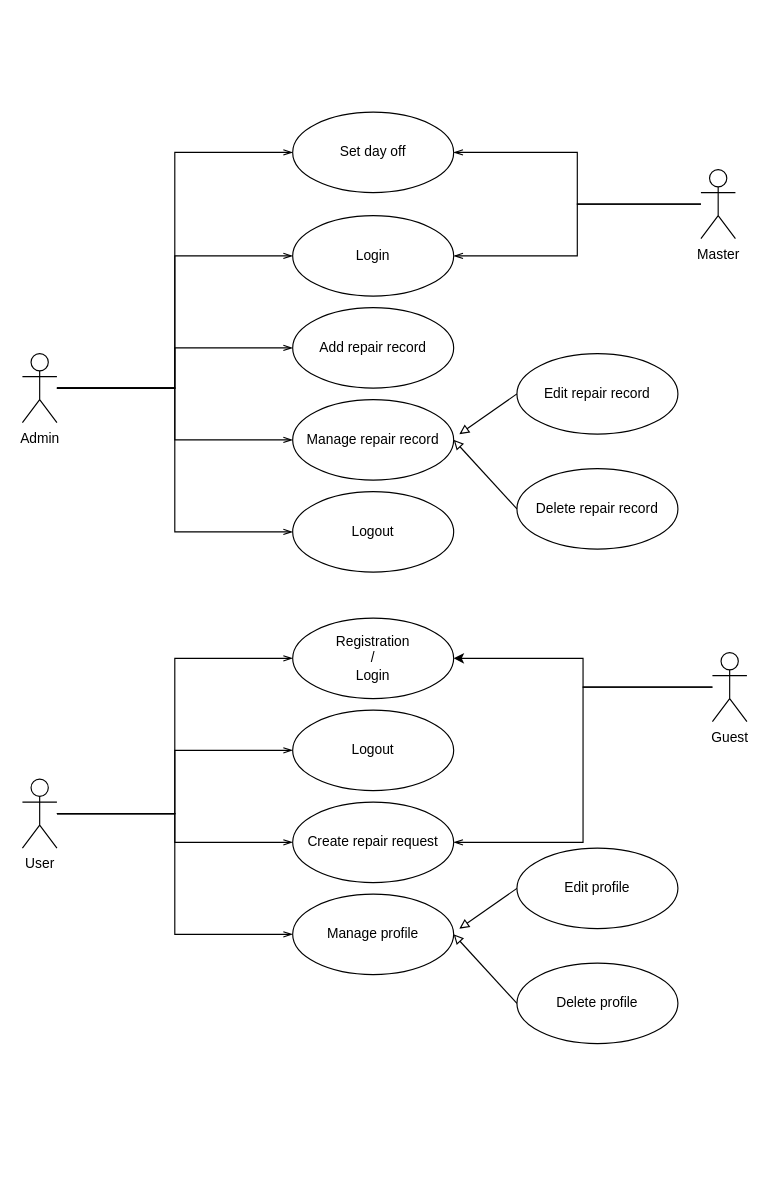
Before: Use case diagram.drawio in MishaAvizhen/ServiceStation, a draw.io diagram. Source tidied: cells renumbered, new cells numbered last; positions are measured from the earlier drawing's top-left corner, leaving out a move shared by most shapes. Both pictures are drawn from the tidied source at 115%, with x=0, y=0 at pixel (22, 112).
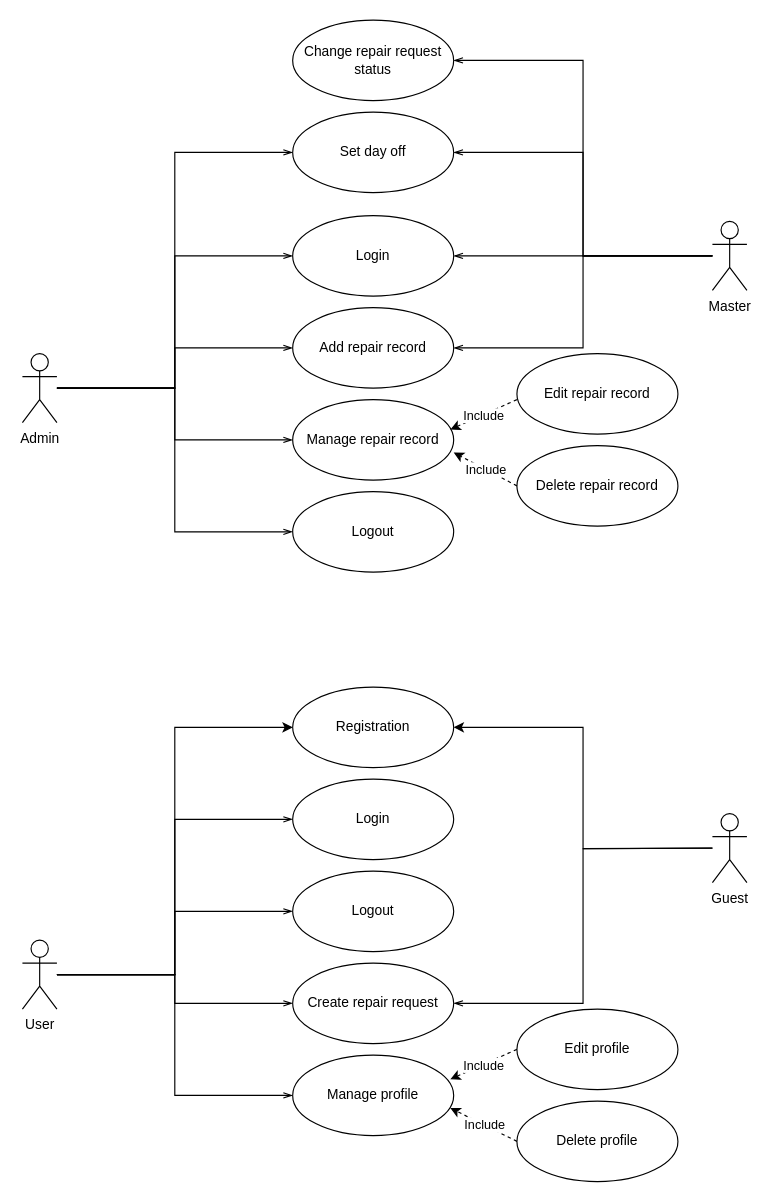
After the change.

Unchanged cells that the change refers to:
```xml
<mxCell id="19" value="Add repair record" style="ellipse;whiteSpace=wrap;html=1;" parent="1" vertex="1">
  <mxGeometry x="235" y="170" width="140" height="70" as="geometry" />
</mxCell>
<mxCell id="20" value="Manage repair record" style="ellipse;whiteSpace=wrap;html=1;" parent="1" vertex="1">
  <mxGeometry x="235" y="250" width="140" height="70" as="geometry" />
</mxCell>
<mxCell id="21" value="Edit repair record" style="ellipse;whiteSpace=wrap;html=1;" parent="1" vertex="1">
  <mxGeometry x="430" y="210" width="140" height="70" as="geometry" />
</mxCell>
```

What changed in the source:
```diff
@@
+    <mxCell id="36" style="edgeStyle=orthogonalEdgeStyle;rounded=0;jettySize=auto;html=1;entryX=0;entryY=0.5;entryDx=0;entryDy=0;" parent="1" edge="1" source="12" target="39">
+      <mxGeometry relative="1" as="geometry" />
+    </mxCell>
     <mxCell id="12" value="User" style="shape=umlActor;verticalLabelPosition=bottom;verticalAlign=top;html=1;outlineConnect=0;" parent="1" vertex="1">
-      <mxGeometry y="580" width="30" height="60" as="geometry" />
+      <mxGeometry y="720" width="30" height="60" as="geometry" />
     </mxCell>
@@
+    <mxCell id="37" style="edgeStyle=orthogonalEdgeStyle;rounded=0;jettySize=auto;html=1;entryX=1;entryY=0.5;entryDx=0;entryDy=0;startArrow=none;startFill=0;endArrow=openThin;endFill=0;" parent="1" edge="1" source="15" target="19">
+      <mxGeometry relative="1" as="geometry" />
+    </mxCell>
+    <mxCell id="38" style="edgeStyle=orthogonalEdgeStyle;rounded=0;jettySize=auto;html=1;entryX=1;entryY=0.5;entryDx=0;entryDy=0;startArrow=none;startFill=0;endArrow=openThin;endFill=0;" parent="1" edge="1" source="15" target="48">
+      <mxGeometry relative="1" as="geometry" />
+    </mxCell>
     <mxCell id="15" value="Master" style="shape=umlActor;verticalLabelPosition=bottom;verticalAlign=top;html=1;outlineConnect=0;" parent="1" vertex="1">
-      <mxGeometry x="590" y="50" width="30" height="60" as="geometry" />
+      <mxGeometry x="600" y="95" width="30" height="60" as="geometry" />
     </mxCell>
-    <mxCell id="16" style="edgeStyle=orthogonalEdgeStyle;rounded=0;jettySize=auto;html=1;entryX=1;entryY=0.5;entryDx=0;entryDy=0;startArrow=none;startFill=0;endArrow=openThin;endFill=0;" parent="1" edge="1" source="18" target="33">
-      <mxGeometry relative="1" as="geometry" />
+    <mxCell id="16" style="edgeStyle=orthogonalEdgeStyle;rounded=0;jettySize=auto;html=1;entryX=1;entryY=0.5;entryDx=0;entryDy=0;startArrow=none;startFill=0;endArrow=openThin;endFill=0;" parent="1" edge="1" target="33">
+      <mxGeometry relative="1" as="geometry">
+        <mxPoint x="600" y="640" as="sourcePoint" />
+      </mxGeometry>
     </mxCell>
-    <mxCell id="17" style="edgeStyle=orthogonalEdgeStyle;rounded=0;jettySize=auto;html=1;entryX=1;entryY=0.5;entryDx=0;entryDy=0;" parent="1" edge="1" source="18" target="26">
-      <mxGeometry relative="1" as="geometry" />
+    <mxCell id="17" style="edgeStyle=orthogonalEdgeStyle;rounded=0;jettySize=auto;html=1;entryX=1;entryY=0.5;entryDx=0;entryDy=0;" parent="1" edge="1" target="39">
+      <mxGeometry relative="1" as="geometry">
+        <mxPoint x="600" y="640" as="sourcePoint" />
+      </mxGeometry>
     </mxCell>
     <mxCell id="18" value="Guest" style="shape=umlActor;verticalLabelPosition=bottom;verticalAlign=top;html=1;outlineConnect=0;" parent="1" vertex="1">
-      <mxGeometry x="600" y="470" width="30" height="60" as="geometry" />
+      <mxGeometry x="600" y="610" width="30" height="60" as="geometry" />
     </mxCell>
@@
     <mxCell id="22" value="Delete repair record" style="ellipse;whiteSpace=wrap;html=1;" parent="1" vertex="1">
-      <mxGeometry x="430" y="310" width="140" height="70" as="geometry" />
+      <mxGeometry x="430" y="290" width="140" height="70" as="geometry" />
     </mxCell>
-    <mxCell id="23" style="endArrow=none;startArrow=block;html=1;endFill=0;entryX=0;entryY=0.5;entryDx=0;entryDy=0;startFill=0;" parent="1" edge="1" target="21">
-      <mxGeometry relative="1" as="geometry">
-        <mxPoint x="380" y="280" as="sourcePoint" />
-      </mxGeometry>
-    </mxCell>
-    <mxCell id="24" style="endArrow=none;startArrow=block;html=1;endFill=0;entryX=0;entryY=0.5;entryDx=0;entryDy=0;startFill=0;exitX=1;exitY=0.5;exitDx=0;exitDy=0;" parent="1" edge="1" source="20" target="22">
-      <mxGeometry relative="1" as="geometry" />
-    </mxCell>
@@
-    <mxCell id="26" value="Registration&lt;br&gt;/&lt;br&gt;Login" style="ellipse;whiteSpace=wrap;html=1;" parent="1" vertex="1">
-      <mxGeometry x="235" y="440" width="140" height="70" as="geometry" />
+    <mxCell id="26" value="Login" style="ellipse;whiteSpace=wrap;html=1;" parent="1" vertex="1">
+      <mxGeometry x="235" y="580" width="140" height="70" as="geometry" />
     </mxCell>
     <mxCell id="27" value="Logout" style="ellipse;whiteSpace=wrap;html=1;" parent="1" vertex="1">
-      <mxGeometry x="235" y="520" width="140" height="70" as="geometry" />
+      <mxGeometry x="235" y="660" width="140" height="70" as="geometry" />
     </mxCell>
     <mxCell id="28" value="Manage profile" style="ellipse;whiteSpace=wrap;html=1;" parent="1" vertex="1">
-      <mxGeometry x="235" y="680" width="140" height="70" as="geometry" />
+      <mxGeometry x="235" y="820" width="140" height="70" as="geometry" />
     </mxCell>
     <mxCell id="29" value="Edit profile" style="ellipse;whiteSpace=wrap;html=1;" parent="1" vertex="1">
-      <mxGeometry x="430" y="640" width="140" height="70" as="geometry" />
+      <mxGeometry x="430" y="780" width="140" height="70" as="geometry" />
     </mxCell>
     <mxCell id="30" value="Delete profile" style="ellipse;whiteSpace=wrap;html=1;" parent="1" vertex="1">
-      <mxGeometry x="430" y="740" width="140" height="70" as="geometry" />
+      <mxGeometry x="430" y="860" width="140" height="70" as="geometry" />
     </mxCell>
-    <mxCell id="31" style="endArrow=none;startArrow=block;html=1;endFill=0;entryX=0;entryY=0.5;entryDx=0;entryDy=0;startFill=0;" parent="1" edge="1" target="29">
-      <mxGeometry relative="1" as="geometry">
-        <mxPoint x="380" y="710" as="sourcePoint" />
-      </mxGeometry>
-    </mxCell>
-    <mxCell id="32" style="endArrow=none;startArrow=block;html=1;endFill=0;entryX=0;entryY=0.5;entryDx=0;entryDy=0;startFill=0;exitX=1;exitY=0.5;exitDx=0;exitDy=0;" parent="1" edge="1" source="28" target="30">
-      <mxGeometry relative="1" as="geometry" />
-    </mxCell>
     <mxCell id="33" value="Create repair request" style="ellipse;whiteSpace=wrap;html=1;" parent="1" vertex="1">
-      <mxGeometry x="235" y="600" width="140" height="70" as="geometry" />
+      <mxGeometry x="235" y="740" width="140" height="70" as="geometry" />
     </mxCell>
@@
+    <mxCell id="39" value="Registration" style="ellipse;whiteSpace=wrap;html=1;" parent="1" vertex="1">
+      <mxGeometry x="235" y="500" width="140" height="70" as="geometry" />
+    </mxCell>
+    <mxCell id="40" style="endArrow=classic;html=1;exitX=0;exitY=0.5;exitDx=0;exitDy=0;entryX=0.979;entryY=0.3;entryDx=0;entryDy=0;entryPerimeter=0;dashed=1;" parent="1" edge="1" source="29" target="28">
+      <mxGeometry relative="1" as="geometry" />
+    </mxCell>
+    <mxCell id="41" value="Include" style="edgeLabel;html=1;align=center;verticalAlign=middle;" parent="40" vertex="1">
+      <mxGeometry relative="1" as="geometry" />
+    </mxCell>
+    <mxCell id="42" style="endArrow=classic;html=1;dashed=1;entryX=0.979;entryY=0.657;entryDx=0;entryDy=0;entryPerimeter=0;exitX=0;exitY=0.5;exitDx=0;exitDy=0;" parent="1" edge="1" source="30" target="28">
+      <mxGeometry relative="1" as="geometry" />
+    </mxCell>
+    <mxCell id="43" value="Include" style="edgeLabel;html=1;align=center;verticalAlign=middle;" parent="42" vertex="1">
+      <mxGeometry relative="1" as="geometry" />
+    </mxCell>
+    <mxCell id="44" style="endArrow=classic;html=1;exitX=0;exitY=0.5;exitDx=0;exitDy=0;entryX=0.979;entryY=0.3;entryDx=0;entryDy=0;entryPerimeter=0;dashed=1;" parent="1" edge="1">
+      <mxGeometry relative="1" as="geometry">
+        <mxPoint x="430" y="250" as="sourcePoint" />
+        <mxPoint x="372.1" y="276" as="targetPoint" />
+      </mxGeometry>
+    </mxCell>
+    <mxCell id="45" value="Include" style="edgeLabel;html=1;align=center;verticalAlign=middle;" parent="44" vertex="1">
+      <mxGeometry relative="1" as="geometry" />
+    </mxCell>
+    <mxCell id="46" style="endArrow=classic;html=1;dashed=1;entryX=0.979;entryY=0.657;entryDx=0;entryDy=0;entryPerimeter=0;exitX=0;exitY=0.5;exitDx=0;exitDy=0;" parent="1" edge="1" source="22">
+      <mxGeometry relative="1" as="geometry">
+        <mxPoint x="375" y="296" as="targetPoint" />
+      </mxGeometry>
+    </mxCell>
+    <mxCell id="47" value="Include" style="edgeLabel;html=1;align=center;verticalAlign=middle;" parent="46" vertex="1">
+      <mxGeometry relative="1" as="geometry" />
+    </mxCell>
+    <mxCell id="48" value="Change repair request status" style="ellipse;whiteSpace=wrap;html=1;" parent="1" vertex="1">
+      <mxGeometry x="235" y="-80" width="140" height="70" as="geometry" />
+    </mxCell>
```
